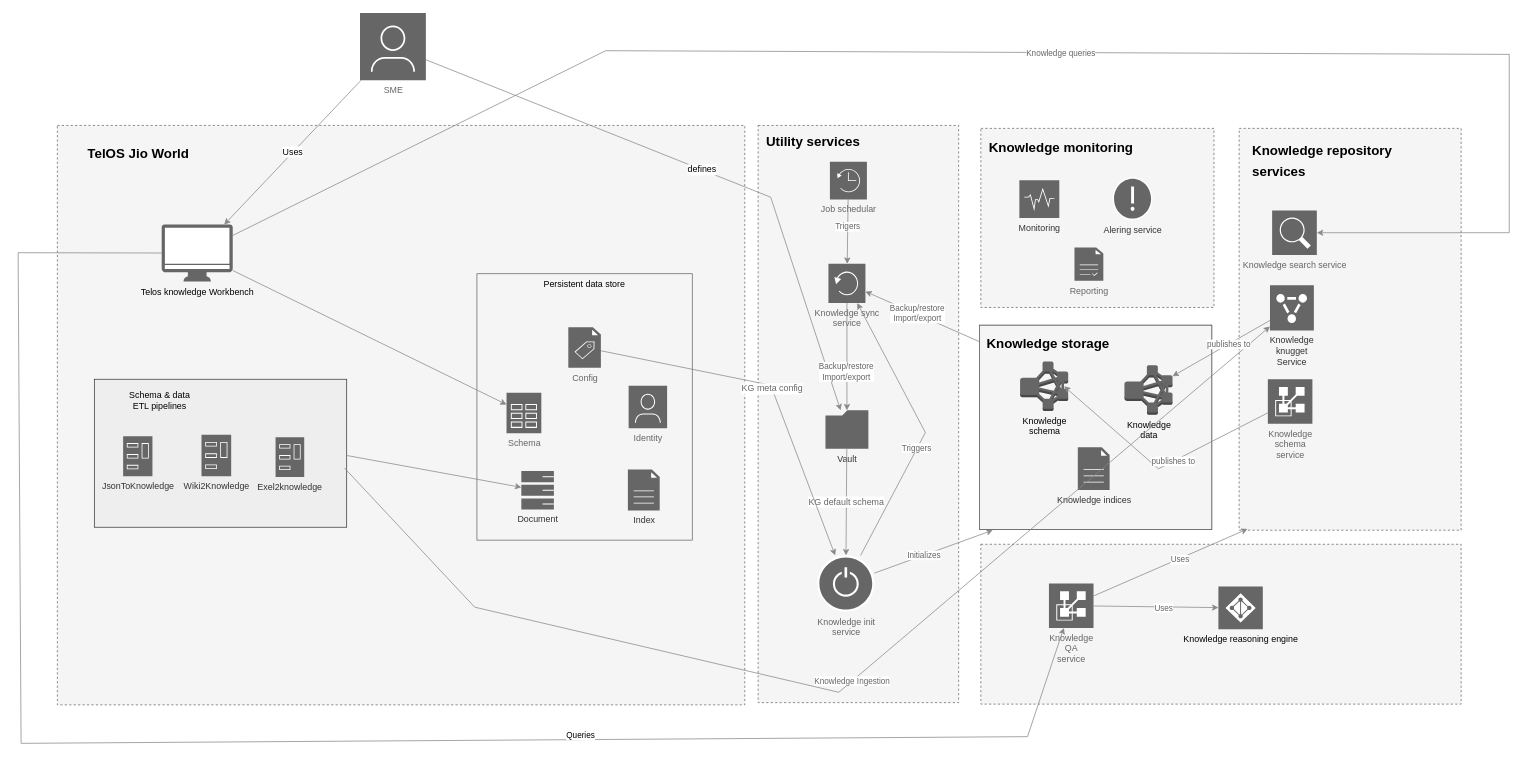
supriyopaul/diagrams keeps this draw.io diagram as page "Page-5" (3 of 4) of KnowledgeArchitecture.drawio. Above is the earlier version. Source tidied: cells renumbered, new cells numbered last; positions are measured from the earlier drawing's top-left corner, leaving out a move shared by most shapes. Both pictures are drawn from the tidied source at 74%, with x=0, y=0 at pixel (18, 13).
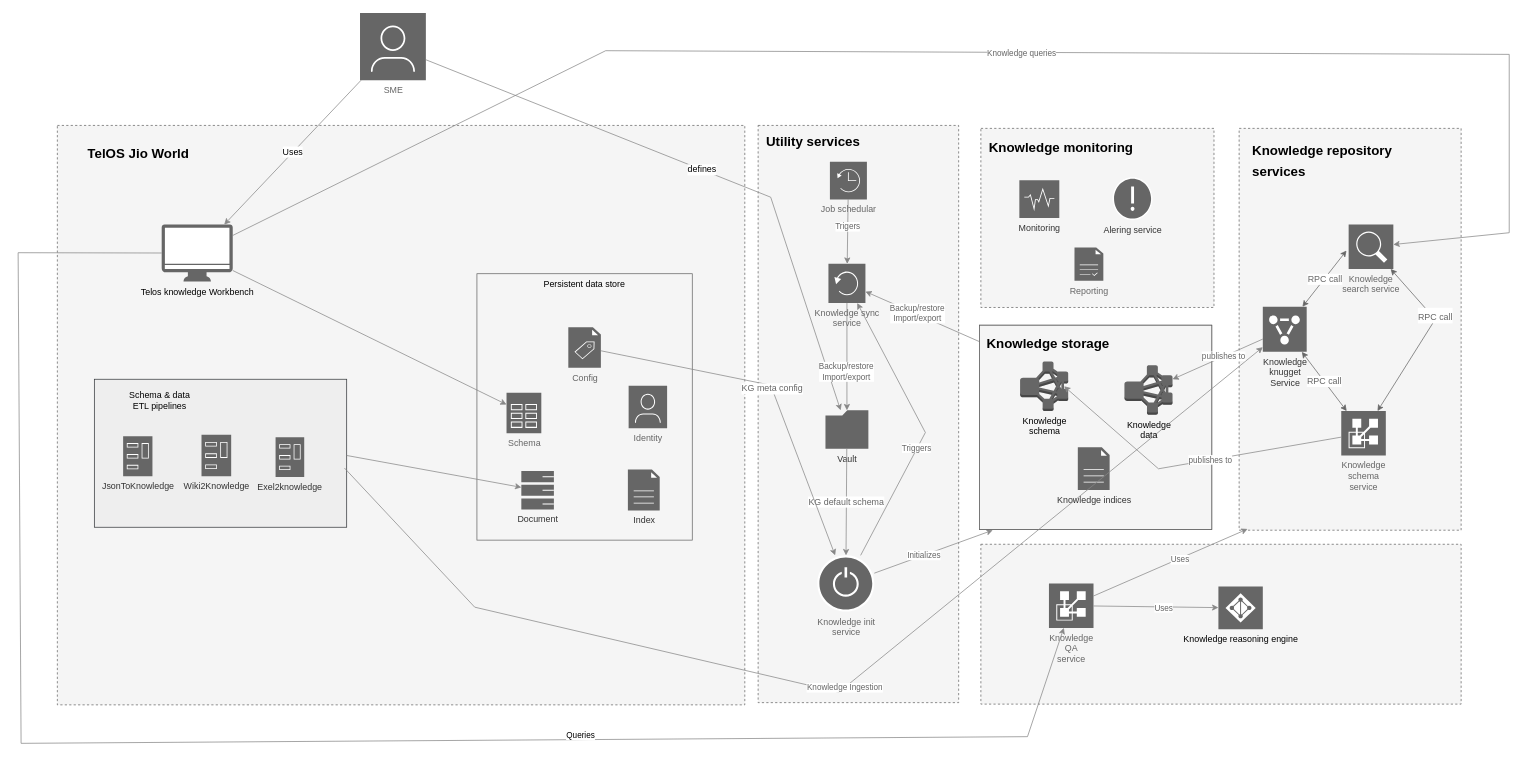
The same page after the edit.

Diff of the diagram source:
```diff
@@
-    <mxCell id="49" value="Knowledge search service" style="sketch=0;shadow=0;dashed=0;html=1;strokeColor=none;fillColor=#666666;labelPosition=center;verticalLabelPosition=bottom;verticalAlign=top;align=center;outlineConnect=0;shape=mxgraph.veeam2.magnifying_glass;fontColor=#666666;" parent="1" vertex="1">
-      <mxGeometry x="1694.6" y="267" width="60.4" height="60" as="geometry" />
+    <mxCell id="49" value="Knowledge&lt;br&gt;search service" style="sketch=0;shadow=0;dashed=0;html=1;strokeColor=none;fillColor=#666666;labelPosition=center;verticalLabelPosition=bottom;verticalAlign=top;align=center;outlineConnect=0;shape=mxgraph.veeam2.magnifying_glass;fontColor=#666666;" parent="1" vertex="1">
+      <mxGeometry x="1798" y="286" width="60.4" height="60" as="geometry" />
     </mxCell>
     <mxCell id="50" value="&lt;span style=&quot;color: rgb(51, 51, 51);&quot;&gt;Knowledge&lt;/span&gt;&lt;br style=&quot;border-color: var(--border-color); color: rgb(51, 51, 51);&quot;&gt;&lt;span style=&quot;color: rgb(51, 51, 51);&quot;&gt;knugget&lt;/span&gt;&lt;br style=&quot;border-color: var(--border-color); color: rgb(51, 51, 51);&quot;&gt;&lt;span style=&quot;color: rgb(51, 51, 51);&quot;&gt;Service&lt;/span&gt;" style="sketch=0;shadow=0;dashed=0;html=1;strokeColor=none;fillColor=#666666;labelPosition=center;verticalLabelPosition=bottom;verticalAlign=top;align=center;outlineConnect=0;shape=mxgraph.veeam2.veeam_pn;fontColor=#666666;" parent="1" vertex="1">
-      <mxGeometry x="1691.7" y="368" width="59.3" height="61" as="geometry" />
+      <mxGeometry x="1682" y="397" width="59.3" height="61" as="geometry" />
     </mxCell>
     <mxCell id="51" value="Knowledge&lt;br&gt;schema&lt;br&gt;service" style="sketch=0;shadow=0;dashed=0;html=1;strokeColor=none;fillColor=#666666;labelPosition=center;verticalLabelPosition=bottom;verticalAlign=top;align=center;outlineConnect=0;shape=mxgraph.veeam2.vmware_vcloud_director;fontColor=#666666;" parent="1" vertex="1">
-      <mxGeometry x="1688.8" y="495" width="60.2" height="60" as="geometry" />
+      <mxGeometry x="1788" y="538" width="60.2" height="60" as="geometry" />
     </mxCell>
@@
+    <mxCell id="74" style="endArrow=classic;startArrow=classic;html=1;rounded=0;fontSize=18;strokeColor=#666666;entryX=-0.048;entryY=0.585;entryDx=0;entryDy=0;entryPerimeter=0;" parent="1" edge="1" source="50" target="49">
+      <mxGeometry relative="1" as="geometry" />
+    </mxCell>
+    <mxCell id="75" value="RPC call" style="edgeLabel;html=1;align=center;verticalAlign=middle;fontSize=12;fontColor=#666666;" parent="74" vertex="1">
+      <mxGeometry x="-0.01" y="-1" relative="1" as="geometry" />
+    </mxCell>
+    <mxCell id="76" style="endArrow=classic;startArrow=classic;html=1;rounded=0;fontSize=18;strokeColor=#666666;" parent="1" edge="1" source="51" target="49">
+      <mxGeometry relative="1" as="geometry">
+        <Array as="points">
+          <mxPoint x="1915" y="414" />
+        </Array>
+      </mxGeometry>
+    </mxCell>
+    <mxCell id="77" value="&lt;span style=&quot;color: rgb(102, 102, 102); font-size: 12px;&quot;&gt;RPC call&lt;/span&gt;" style="edgeLabel;html=1;align=center;verticalAlign=middle;fontSize=18;" parent="76" vertex="1">
+      <mxGeometry x="0.27" y="-3" relative="1" as="geometry" />
+    </mxCell>
+    <mxCell id="78" style="endArrow=classic;startArrow=classic;html=1;rounded=0;fontSize=18;strokeColor=#666666;" parent="1" edge="1" source="50" target="51">
+      <mxGeometry relative="1" as="geometry" />
+    </mxCell>
+    <mxCell id="79" value="RPC call" style="edgeLabel;html=1;align=center;verticalAlign=middle;fontSize=12;fontColor=#666666;" parent="78" vertex="1">
+      <mxGeometry x="-0.01" y="1" relative="1" as="geometry">
+        <mxPoint x="-1" as="offset" />
+      </mxGeometry>
+    </mxCell>
```
